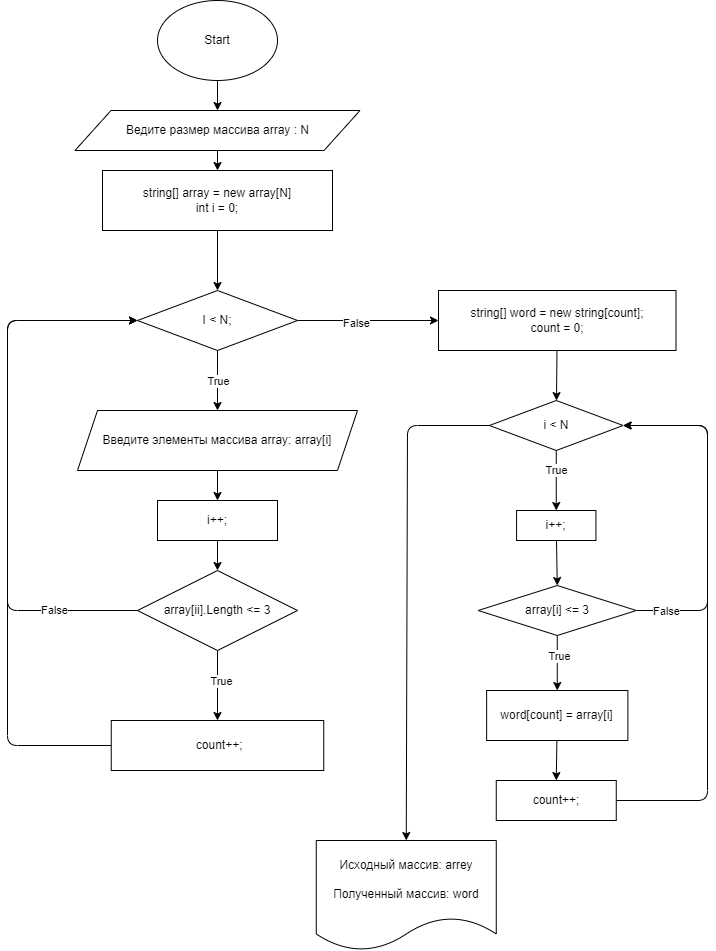
This is ex001.drawio.png from Nord-Orn/FinalVerificationWork, a draw.io export, as it was before one commit. Source tidied: cells renumbered, new cells last; positions are measured from the earlier drawing's top-left corner, leaving out a move shared by most shapes. Source of this version:
```xml
<mxGraphModel>
  <root>
    <mxCell id="0" />
    <mxCell id="1" parent="0" />
    <mxCell id="2" style="edgeStyle=none;html=1;exitX=0.5;exitY=1;exitDx=0;exitDy=0;entryX=0.5;entryY=0;entryDx=0;entryDy=0;" parent="1" edge="1" source="3" target="5">
      <mxGeometry relative="1" as="geometry" />
    </mxCell>
    <mxCell id="3" value="Start" style="ellipse;whiteSpace=wrap;html=1;" parent="1" vertex="1">
      <mxGeometry x="150" width="120" height="80" as="geometry" />
    </mxCell>
    <mxCell id="4" style="edgeStyle=none;html=1;" parent="1" edge="1" source="5" target="14">
      <mxGeometry relative="1" as="geometry" />
    </mxCell>
    <mxCell id="5" value="Ведите размер массива array : N" style="shape=parallelogram;perimeter=parallelogramPerimeter;whiteSpace=wrap;html=1;fixedSize=1;size=36;" parent="1" vertex="1">
      <mxGeometry x="67.5" y="110" width="285" height="40" as="geometry" />
    </mxCell>
    <mxCell id="6" style="edgeStyle=none;html=1;entryX=0.5;entryY=0;entryDx=0;entryDy=0;" parent="1" edge="1" source="10" target="12">
      <mxGeometry relative="1" as="geometry" />
    </mxCell>
    <mxCell id="7" value="True" style="edgeLabel;html=1;align=center;verticalAlign=middle;" parent="6" vertex="1">
      <mxGeometry x="-0.41" relative="1" as="geometry">
        <mxPoint y="12" as="offset" />
      </mxGeometry>
    </mxCell>
    <mxCell id="8" style="edgeStyle=none;html=1;entryX=0;entryY=0.5;entryDx=0;entryDy=0;" parent="1" edge="1" source="10" target="23">
      <mxGeometry relative="1" as="geometry" />
    </mxCell>
    <mxCell id="9" value="False" style="edgeLabel;html=1;align=center;verticalAlign=middle;" parent="8" vertex="1">
      <mxGeometry x="-0.17" y="-2" relative="1" as="geometry" />
    </mxCell>
    <mxCell id="10" value="I &amp;lt; N;" style="rhombus;whiteSpace=wrap;html=1;" parent="1" vertex="1">
      <mxGeometry x="130" y="290" width="160" height="60" as="geometry" />
    </mxCell>
    <mxCell id="11" style="edgeStyle=none;html=1;entryX=0.5;entryY=0;entryDx=0;entryDy=0;" parent="1" edge="1" source="12" target="25">
      <mxGeometry relative="1" as="geometry" />
    </mxCell>
    <mxCell id="12" value="Введите элементы массива array: array[i]" style="shape=parallelogram;perimeter=parallelogramPerimeter;whiteSpace=wrap;html=1;fixedSize=1;" parent="1" vertex="1">
      <mxGeometry x="70" y="410" width="280" height="60" as="geometry" />
    </mxCell>
    <mxCell id="13" style="edgeStyle=none;html=1;entryX=0.5;entryY=0;entryDx=0;entryDy=0;" parent="1" edge="1" source="14" target="10">
      <mxGeometry relative="1" as="geometry" />
    </mxCell>
    <mxCell id="14" value="string[] array = new array[N]&lt;br&gt;int i = 0;" style="whiteSpace=wrap;html=1;" parent="1" vertex="1">
      <mxGeometry x="95" y="170" width="230" height="60" as="geometry" />
    </mxCell>
    <mxCell id="15" style="edgeStyle=none;html=1;exitX=0;exitY=0.5;exitDx=0;exitDy=0;" parent="1" edge="1" source="16">
      <mxGeometry relative="1" as="geometry">
        <mxPoint x="130" y="320" as="targetPoint" />
        <Array as="points">
          <mxPoint y="745" />
          <mxPoint y="320" />
        </Array>
      </mxGeometry>
    </mxCell>
    <mxCell id="16" value="&amp;nbsp;count++;" style="whiteSpace=wrap;html=1;" parent="1" vertex="1">
      <mxGeometry x="103.8" y="720" width="212.5" height="50" as="geometry" />
    </mxCell>
    <mxCell id="17" style="edgeStyle=none;html=1;exitX=0.5;exitY=1;exitDx=0;exitDy=0;entryX=0.5;entryY=0;entryDx=0;entryDy=0;" parent="1" edge="1" source="21" target="16">
      <mxGeometry relative="1" as="geometry" />
    </mxCell>
    <mxCell id="18" value="True" style="edgeLabel;html=1;align=center;verticalAlign=middle;" parent="17" vertex="1">
      <mxGeometry x="-0.42" y="2" relative="1" as="geometry">
        <mxPoint x="1" y="10" as="offset" />
      </mxGeometry>
    </mxCell>
    <mxCell id="19" style="edgeStyle=none;html=1;entryX=0;entryY=0.5;entryDx=0;entryDy=0;exitX=0;exitY=0.5;exitDx=0;exitDy=0;" parent="1" edge="1" source="21" target="10">
      <mxGeometry relative="1" as="geometry">
        <Array as="points">
          <mxPoint y="610" />
          <mxPoint y="320" />
        </Array>
      </mxGeometry>
    </mxCell>
    <mxCell id="20" value="False" style="edgeLabel;html=1;align=center;verticalAlign=middle;" parent="19" vertex="1">
      <mxGeometry x="-0.69" y="-1" relative="1" as="geometry" />
    </mxCell>
    <mxCell id="21" value="array[ii].Length &amp;lt;= 3" style="rhombus;whiteSpace=wrap;html=1;" parent="1" vertex="1">
      <mxGeometry x="130" y="570" width="160" height="80" as="geometry" />
    </mxCell>
    <mxCell id="22" style="edgeStyle=none;html=1;" parent="1" edge="1" source="23" target="29">
      <mxGeometry relative="1" as="geometry" />
    </mxCell>
    <mxCell id="23" value="string[] word = new string[count];&lt;br&gt;count = 0;" style="rounded=0;whiteSpace=wrap;html=1;" parent="1" vertex="1">
      <mxGeometry x="431" y="290" width="237.5" height="60" as="geometry" />
    </mxCell>
    <mxCell id="24" style="edgeStyle=none;html=1;entryX=0.5;entryY=0;entryDx=0;entryDy=0;exitX=0.5;exitY=1;exitDx=0;exitDy=0;" parent="1" edge="1" source="25" target="21">
      <mxGeometry relative="1" as="geometry" />
    </mxCell>
    <mxCell id="25" value="i++;" style="rounded=0;whiteSpace=wrap;html=1;" parent="1" vertex="1">
      <mxGeometry x="150" y="500" width="120" height="40" as="geometry" />
    </mxCell>
    <mxCell id="26" style="edgeStyle=none;html=1;" parent="1" edge="1" source="29" target="36">
      <mxGeometry relative="1" as="geometry" />
    </mxCell>
    <mxCell id="27" value="True" style="edgeLabel;html=1;align=center;verticalAlign=middle;" parent="26" vertex="1">
      <mxGeometry x="-0.44" y="-1" relative="1" as="geometry">
        <mxPoint x="1" y="3" as="offset" />
      </mxGeometry>
    </mxCell>
    <mxCell id="28" style="edgeStyle=none;html=1;exitX=0;exitY=0.5;exitDx=0;exitDy=0;entryX=0.5;entryY=0;entryDx=0;entryDy=0;" parent="1" edge="1" source="29" target="41">
      <mxGeometry relative="1" as="geometry">
        <Array as="points">
          <mxPoint x="400" y="425" />
        </Array>
      </mxGeometry>
    </mxCell>
    <mxCell id="29" value="i &amp;lt; N" style="rhombus;whiteSpace=wrap;html=1;rounded=0;" parent="1" vertex="1">
      <mxGeometry x="481.9" y="400" width="133.8" height="50" as="geometry" />
    </mxCell>
    <mxCell id="30" style="edgeStyle=none;html=1;entryX=0.5;entryY=0;entryDx=0;entryDy=0;" parent="1" edge="1" source="34" target="38">
      <mxGeometry relative="1" as="geometry" />
    </mxCell>
    <mxCell id="31" value="True" style="edgeLabel;html=1;align=center;verticalAlign=middle;" parent="30" vertex="1">
      <mxGeometry x="-0.28" y="2" relative="1" as="geometry" />
    </mxCell>
    <mxCell id="32" style="edgeStyle=none;html=1;entryX=1;entryY=0.5;entryDx=0;entryDy=0;exitX=1;exitY=0.5;exitDx=0;exitDy=0;" parent="1" edge="1" source="34" target="29">
      <mxGeometry relative="1" as="geometry">
        <Array as="points">
          <mxPoint x="700" y="610" />
          <mxPoint x="700" y="520" />
          <mxPoint x="700" y="425" />
        </Array>
      </mxGeometry>
    </mxCell>
    <mxCell id="33" value="False" style="edgeLabel;html=1;align=center;verticalAlign=middle;" parent="32" vertex="1">
      <mxGeometry x="-0.88" y="-2" relative="1" as="geometry">
        <mxPoint x="10" y="-2" as="offset" />
      </mxGeometry>
    </mxCell>
    <mxCell id="34" value="array[i] &amp;lt;= 3" style="rhombus;whiteSpace=wrap;html=1;rounded=0;" parent="1" vertex="1">
      <mxGeometry x="470.7" y="585" width="158.1" height="50" as="geometry" />
    </mxCell>
    <mxCell id="35" style="edgeStyle=none;html=1;entryX=0.5;entryY=0;entryDx=0;entryDy=0;" parent="1" edge="1" source="36" target="34">
      <mxGeometry relative="1" as="geometry" />
    </mxCell>
    <mxCell id="36" value="i++;" style="whiteSpace=wrap;html=1;rounded=0;" parent="1" vertex="1">
      <mxGeometry x="509.1" y="510" width="79.4" height="30" as="geometry" />
    </mxCell>
    <mxCell id="37" style="edgeStyle=none;html=1;entryX=0.5;entryY=0;entryDx=0;entryDy=0;" parent="1" edge="1" source="38" target="40">
      <mxGeometry relative="1" as="geometry" />
    </mxCell>
    <mxCell id="38" value="word[count] = array[i]" style="whiteSpace=wrap;html=1;rounded=0;" parent="1" vertex="1">
      <mxGeometry x="479.1" y="690" width="141.2" height="50" as="geometry" />
    </mxCell>
    <mxCell id="39" style="edgeStyle=none;html=1;exitX=1;exitY=0.5;exitDx=0;exitDy=0;entryX=1;entryY=0.5;entryDx=0;entryDy=0;" parent="1" edge="1" source="40" target="29">
      <mxGeometry relative="1" as="geometry">
        <Array as="points">
          <mxPoint x="700" y="800" />
          <mxPoint x="700" y="425" />
        </Array>
      </mxGeometry>
    </mxCell>
    <mxCell id="40" value="count++;" style="whiteSpace=wrap;html=1;rounded=0;" parent="1" vertex="1">
      <mxGeometry x="488.8" y="780" width="120" height="40" as="geometry" />
    </mxCell>
    <mxCell id="41" value="Исходный массив: arrey&lt;br&gt;&lt;br&gt;Полученный массив: word" style="shape=document;whiteSpace=wrap;html=1;boundedLbl=1;" parent="1" vertex="1">
      <mxGeometry x="308.8" y="840" width="180" height="110" as="geometry" />
    </mxCell>
  </root>
</mxGraphModel>
```
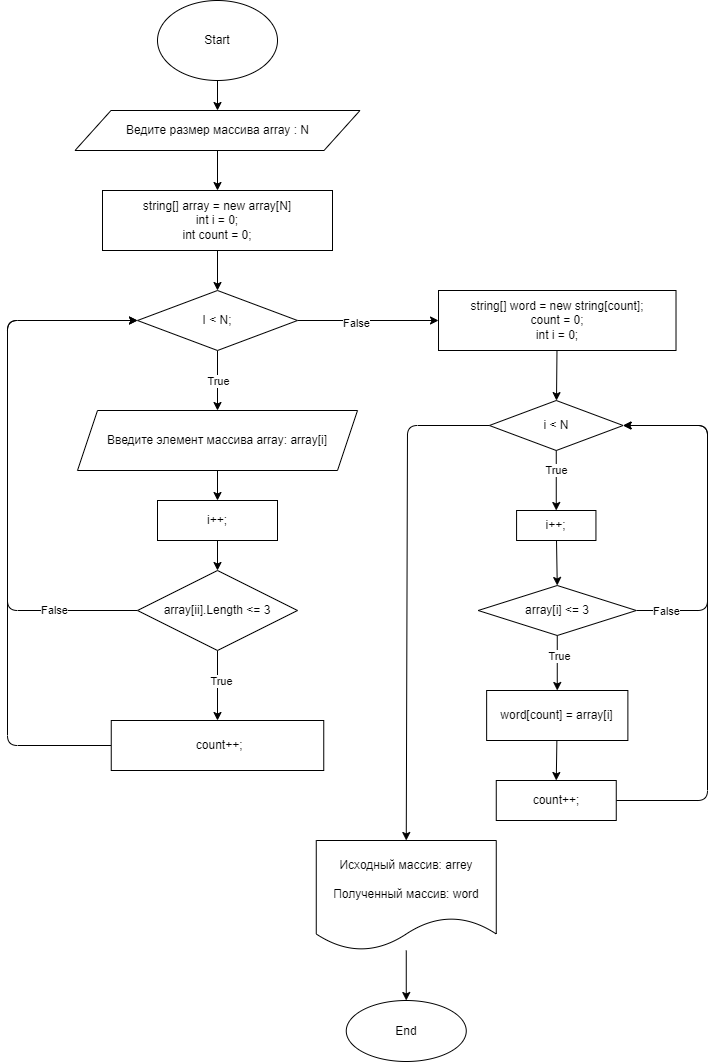
The same file after the commit.

Commit message:
add. Completed the block diagram

Diff of the diagram source:
```diff
@@ -34,14 +34,14 @@
     <mxCell id="11" style="edgeStyle=none;html=1;entryX=0.5;entryY=0;entryDx=0;entryDy=0;" parent="1" edge="1" source="12" target="25">
       <mxGeometry relative="1" as="geometry" />
     </mxCell>
-    <mxCell id="12" value="Введите элементы массива array: array[i]" style="shape=parallelogram;perimeter=parallelogramPerimeter;whiteSpace=wrap;html=1;fixedSize=1;" parent="1" vertex="1">
+    <mxCell id="12" value="Введите элемент массива array: array[i]" style="shape=parallelogram;perimeter=parallelogramPerimeter;whiteSpace=wrap;html=1;fixedSize=1;" parent="1" vertex="1">
       <mxGeometry x="70" y="410" width="280" height="60" as="geometry" />
     </mxCell>
     <mxCell id="13" style="edgeStyle=none;html=1;entryX=0.5;entryY=0;entryDx=0;entryDy=0;" parent="1" edge="1" source="14" target="10">
       <mxGeometry relative="1" as="geometry" />
     </mxCell>
-    <mxCell id="14" value="string[] array = new array[N]&lt;br&gt;int i = 0;" style="whiteSpace=wrap;html=1;" parent="1" vertex="1">
-      <mxGeometry x="95" y="170" width="230" height="60" as="geometry" />
+    <mxCell id="14" value="string[] array = new array[N]&lt;br&gt;int i = 0;&lt;br&gt;int count = 0;" style="whiteSpace=wrap;html=1;" parent="1" vertex="1">
+      <mxGeometry x="95" y="190" width="230" height="60" as="geometry" />
     </mxCell>
     <mxCell id="15" style="edgeStyle=none;html=1;exitX=0;exitY=0.5;exitDx=0;exitDy=0;" parent="1" edge="1" source="16">
       <mxGeometry relative="1" as="geometry">
@@ -80,7 +80,7 @@
     <mxCell id="22" style="edgeStyle=none;html=1;" parent="1" edge="1" source="23" target="29">
       <mxGeometry relative="1" as="geometry" />
     </mxCell>
-    <mxCell id="23" value="string[] word = new string[count];&lt;br&gt;count = 0;" style="rounded=0;whiteSpace=wrap;html=1;" parent="1" vertex="1">
+    <mxCell id="23" value="string[] word = new string[count];&lt;br&gt;count = 0;&lt;br&gt;int i = 0;" style="rounded=0;whiteSpace=wrap;html=1;" parent="1" vertex="1">
       <mxGeometry x="431" y="290" width="237.5" height="60" as="geometry" />
     </mxCell>
     <mxCell id="24" style="edgeStyle=none;html=1;entryX=0.5;entryY=0;entryDx=0;entryDy=0;exitX=0.5;exitY=1;exitDx=0;exitDy=0;" parent="1" edge="1" source="25" target="21">
@@ -153,8 +153,14 @@
     <mxCell id="40" value="count++;" style="whiteSpace=wrap;html=1;rounded=0;" parent="1" vertex="1">
       <mxGeometry x="488.8" y="780" width="120" height="40" as="geometry" />
     </mxCell>
+    <mxCell id="42" style="edgeStyle=none;html=1;" parent="1" edge="1" source="41" target="43">
+      <mxGeometry relative="1" as="geometry" />
+    </mxCell>
     <mxCell id="41" value="Исходный массив: arrey&lt;br&gt;&lt;br&gt;Полученный массив: word" style="shape=document;whiteSpace=wrap;html=1;boundedLbl=1;" parent="1" vertex="1">
       <mxGeometry x="308.8" y="840" width="180" height="110" as="geometry" />
     </mxCell>
+    <mxCell id="43" value="End" style="ellipse;whiteSpace=wrap;html=1;" parent="1" vertex="1">
+      <mxGeometry x="338.8" y="1000" width="120" height="61" as="geometry" />
+    </mxCell>
   </root>
 </mxGraphModel>
```
